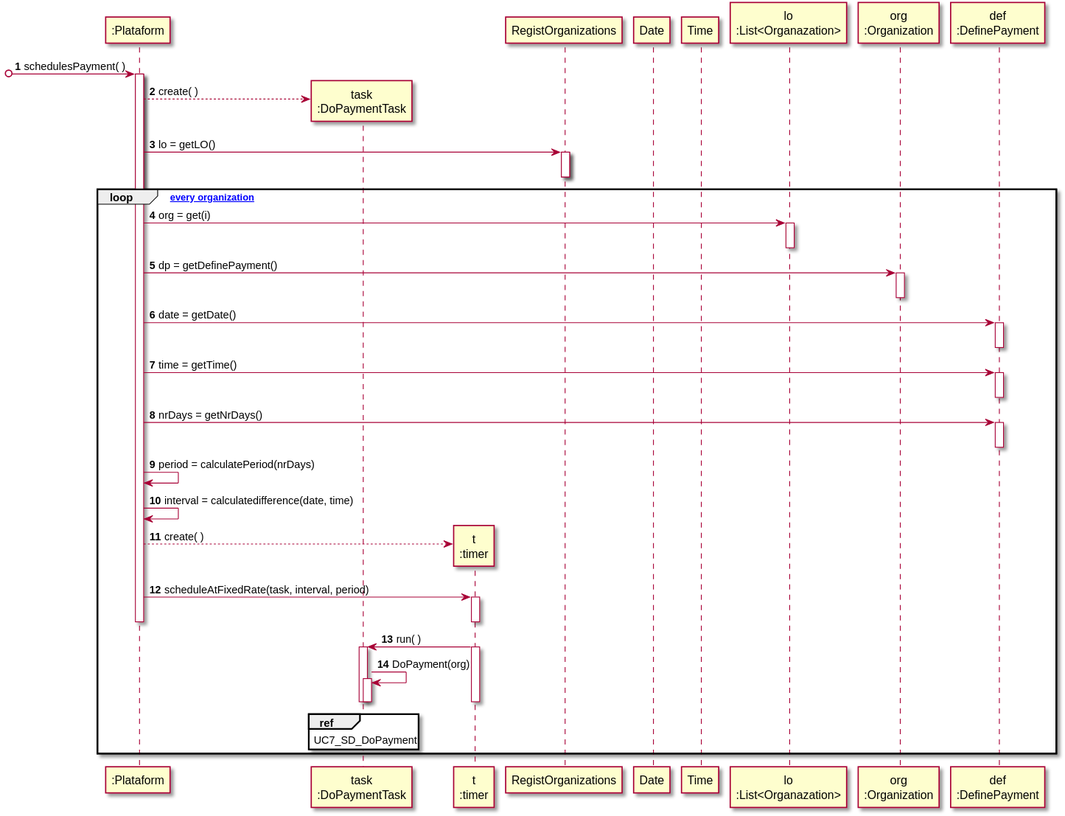
Above: docs/UC7 - Do Payment Automatically/UC7_SD.svg in 1190452/LAPR2 (PlantUML), before the change.
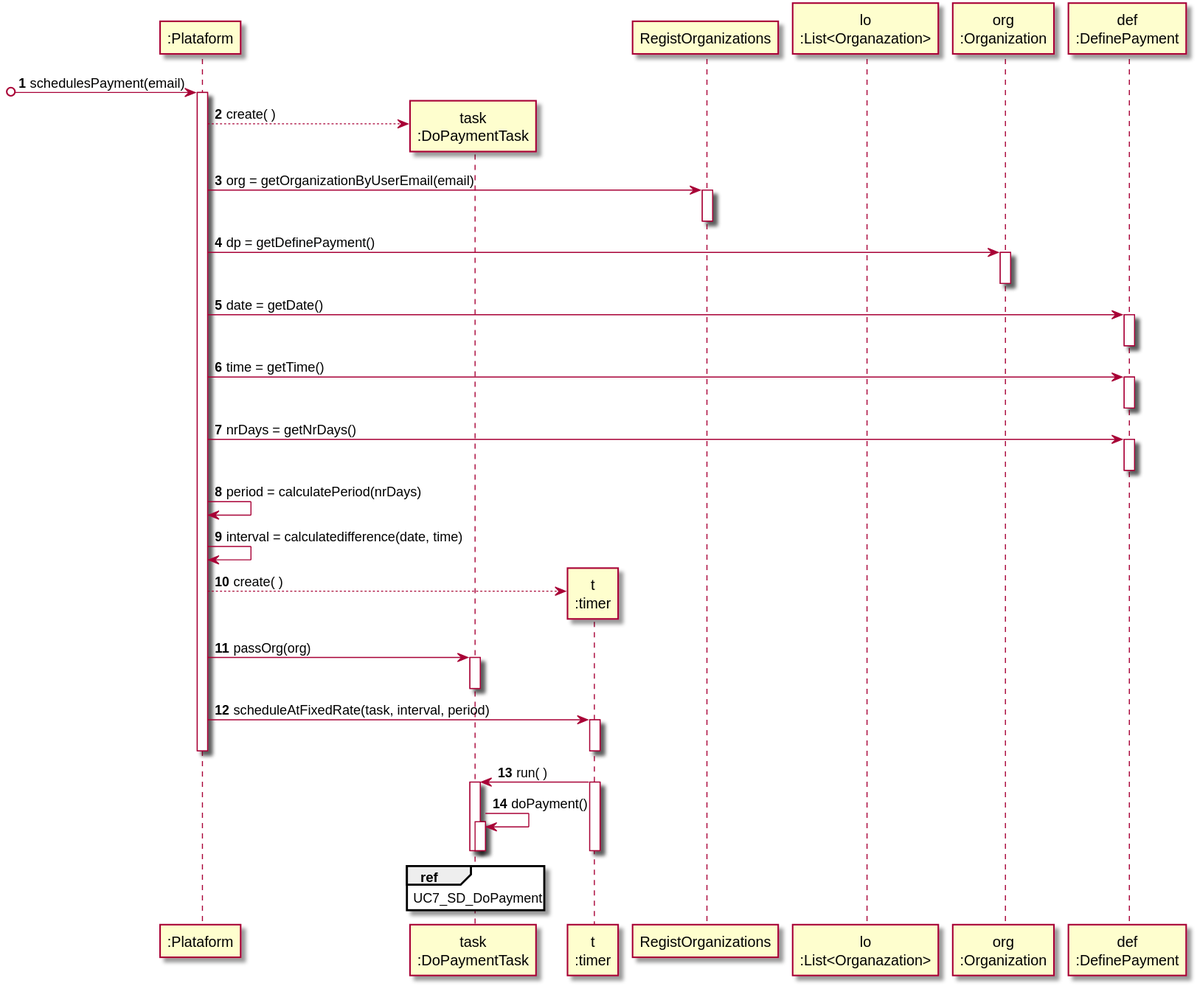
The same diagram one commit later.

The edit, as a diff of the source:
```diff
@@ -5,28 +5,21 @@
 participant "task\n:DoPaymentTask" as TASK
 participant "t\n:timer" as TI
 participant "RegistOrganizations" as RORGS
-participant "Date" as D
-participant "Time" as T
 participant "lo\n:List<Organazation>" as LO
 participant "org\n:Organization" as O
 participant "def\n:DefinePayment" as DP
 
 
 
-[o-> PLAT : schedulesPayment( )
+[o-> PLAT : schedulesPayment(email)
 activate PLAT
 
 PLAT --> TASK** : create( )
 
-
-
-PLAT -> RORGS : lo = getLO()
+PLAT -> RORGS : org = getOrganizationByUserEmail(email)
 activate RORGS
 deactivate RORGS
-loop [for every organization]
-PLAT -> LO : org = get(i)
-activate LO
-deactivate LO
+
 PLAT -> O : dp = getDefinePayment()
 activate O
 deactivate O
@@ -47,21 +40,28 @@
 
 
 PLAT --> TI** : create( )
+
+PLAT -> TASK : passOrg(org)
+activate TASK
+deactivate TASK
+
 PLAT -> TI : scheduleAtFixedRate(task, interval, period)
 activate TI
 deactivate TI
 deactivate PLAT
 
+
+
 TI -> TASK : run( )
 activate TI
 activate TASK
-TASK -> TASK : DoPayment(org)
+TASK -> TASK : doPayment()
 ref over TASK : UC7_SD_DoPayment
 activate TASK
 deactivate TASK
 deactivate TASK
 deactivate TI
-end loop
+
 
 
 
```
